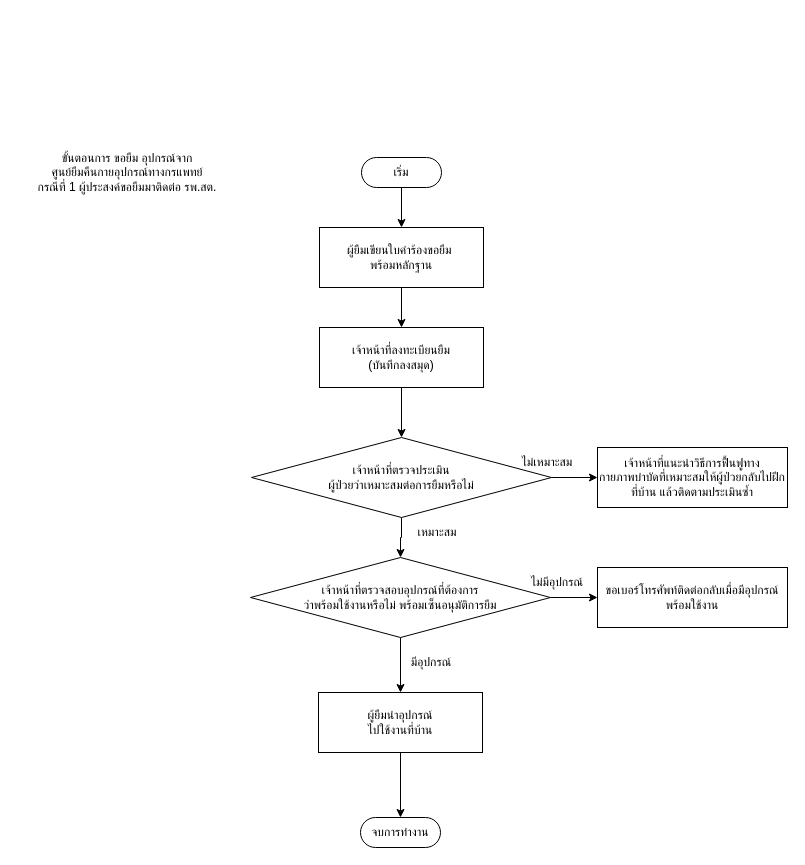
Before: page "ขอยิม รพ.สต" (1 of 4) of cmk/old system.drawio in S-B-Tanayut/diagram_repo, a draw.io diagram. Source tidied: cells renumbered, new cells numbered last; positions are measured from the earlier drawing's top-left corner, leaving out a move shared by most shapes. Both pictures are drawn from the tidied source at 100%, with x=0, y=0 at pixel (17, 147).
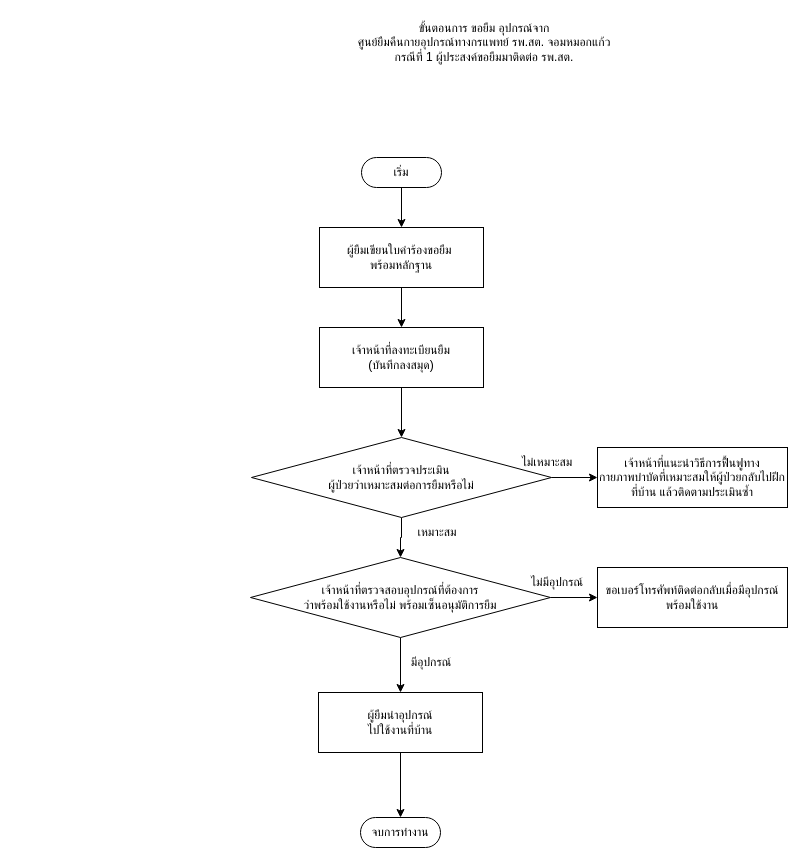
After the change.

Change to the diagram source:
```diff
@@
-    <mxCell id="6" value="ขั้นตอนการ ขอยืม อุปกรณ์จาก &lt;br&gt;ศูนย์ยืมคืนกายอุปกรณ์ทางกรแพทย์&lt;div&gt;กรณีที่ 1 ผู้ประสงค์ขอยืมมาติดต่อ รพ.สต.&lt;/div&gt;" style="text;html=1;align=center;verticalAlign=middle;whiteSpace=wrap;rounded=0;" parent="1" vertex="1">
-      <mxGeometry width="220" height="50" as="geometry" />
+    <mxCell id="6" value="ขั้นตอนการ ขอยืม อุปกรณ์จาก &lt;br&gt;ศูนย์ยืมคืนกายอุปกรณ์ทางกรแพทย์ รพ.สต. จอมหมอกแก้ว&lt;div&gt;กรณีที่ 1 ผู้ประสงค์ขอยืมมาติดต่อ รพ.สต.&lt;/div&gt;" style="text;html=1;align=center;verticalAlign=middle;whiteSpace=wrap;rounded=0;" parent="1" vertex="1">
+      <mxGeometry x="317" y="-130" width="300" height="50" as="geometry" />
     </mxCell>
```
